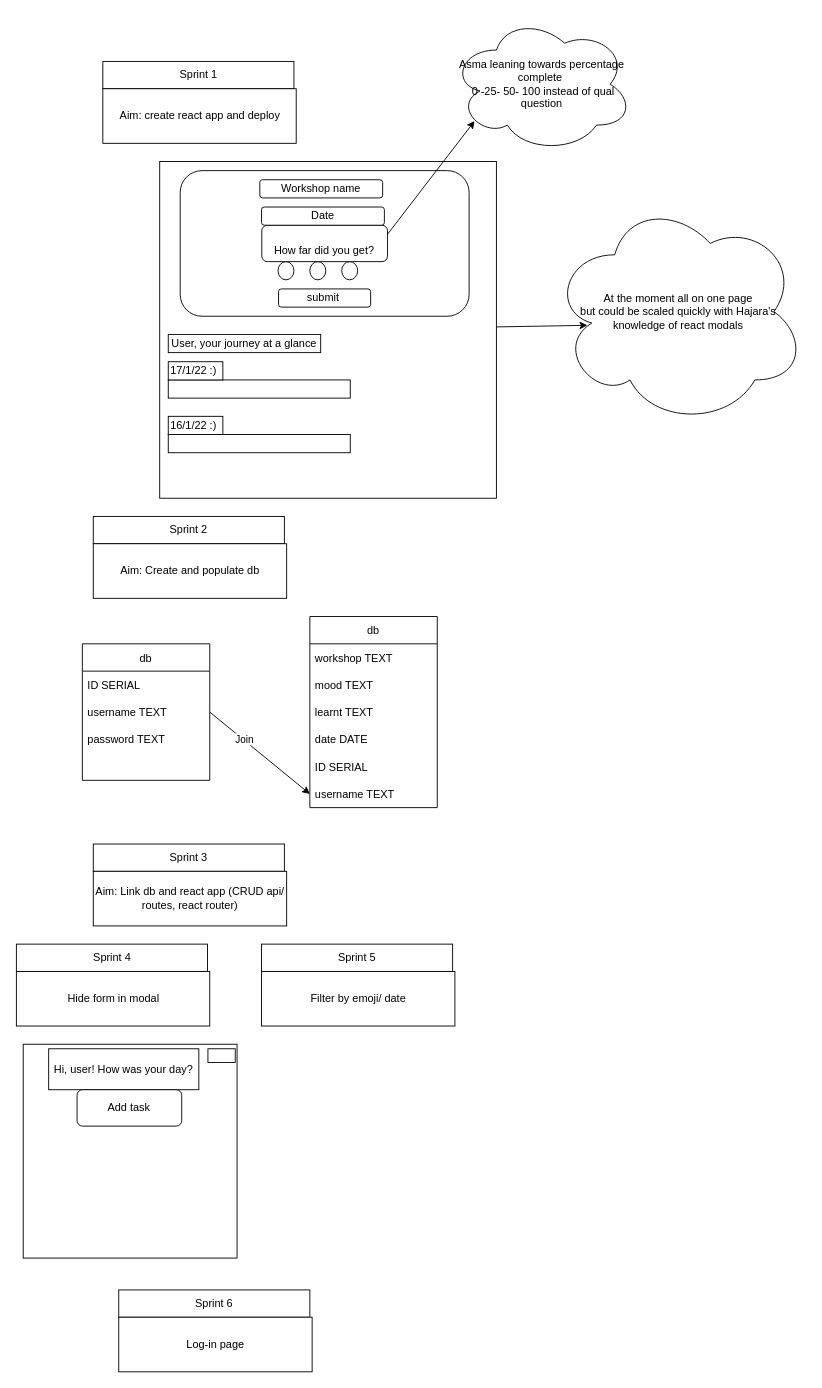
The draw.io diagram Plans/mvp-plan.drawio in Hajara-I/national-project-week-room3_frontend, before the edit. Source tidied: cells renumbered, new cells numbered last; positions are measured from the earlier drawing's top-left corner, leaving out a move shared by most shapes. Both pictures are drawn from the tidied source at 91%, with x=0, y=0 at pixel (15, 15).
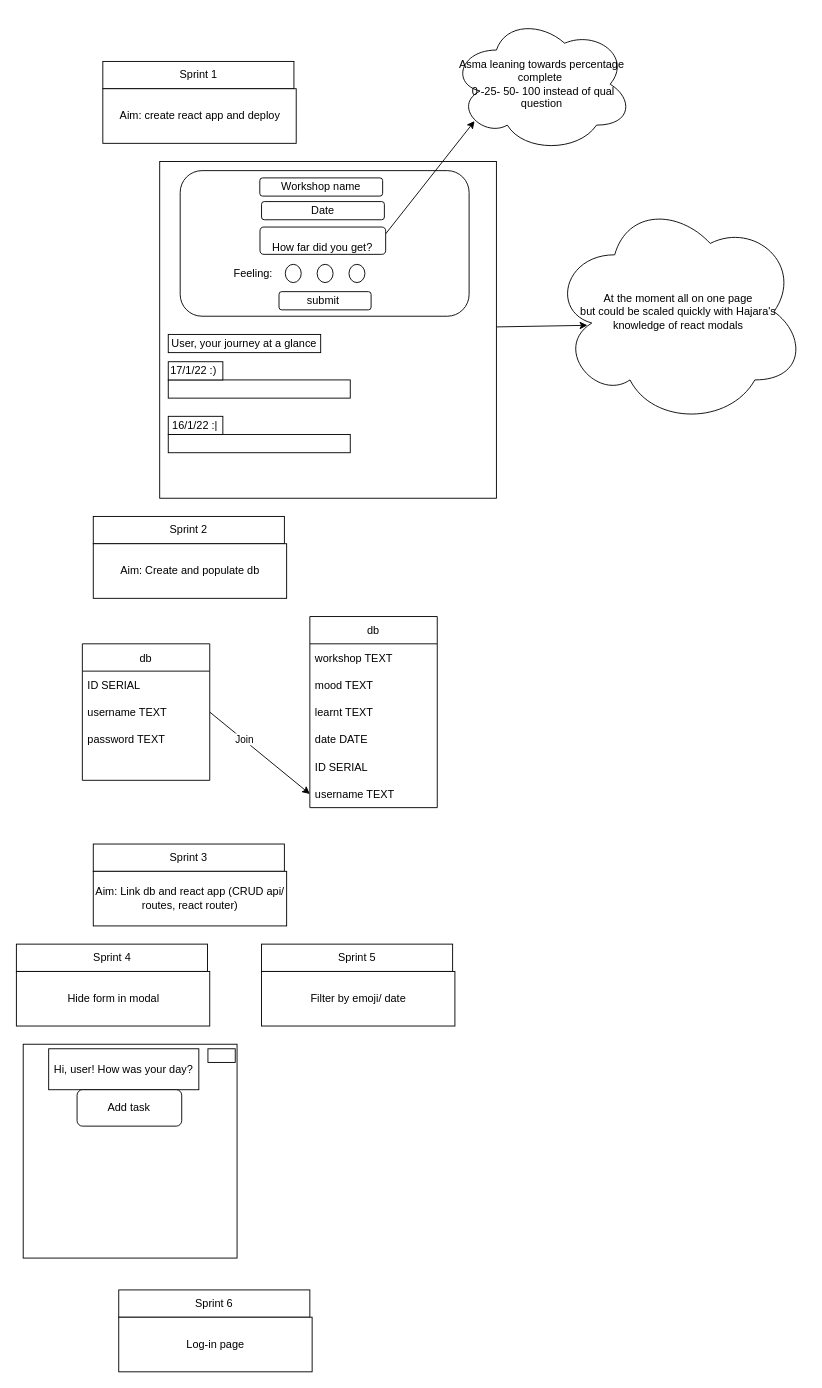
Above is the later version.

Commit message (it also covers changes not shown here):
few changes to main plan

The edit, as a diff of the source:
```diff
@@
     <mxCell id="7" value="Workshop name" style="rounded=1;whiteSpace=wrap;html=1;" parent="1" vertex="1">
-      <mxGeometry x="268" y="180" width="135" height="20" as="geometry" />
+      <mxGeometry x="268" y="178" width="135" height="20" as="geometry" />
     </mxCell>
     <mxCell id="8" style="ellipse;whiteSpace=wrap;html=1;" parent="1" vertex="1">
-      <mxGeometry x="288" y="270" width="17.5" height="20" as="geometry" />
+      <mxGeometry x="296" y="273" width="17.5" height="20" as="geometry" />
     </mxCell>
     <mxCell id="9" style="ellipse;whiteSpace=wrap;html=1;" parent="1" vertex="1">
-      <mxGeometry x="323" y="270" width="17.5" height="20" as="geometry" />
+      <mxGeometry x="331" y="273" width="17.5" height="20" as="geometry" />
     </mxCell>
     <mxCell id="10" value="submit&amp;nbsp;" style="rounded=1;whiteSpace=wrap;html=1;" parent="1" vertex="1">
-      <mxGeometry x="288.6" y="300" width="101.2" height="20" as="geometry" />
+      <mxGeometry x="289.1" y="303" width="101.2" height="20" as="geometry" />
     </mxCell>
     <mxCell id="11" style="ellipse;whiteSpace=wrap;html=1;" parent="1" vertex="1">
-      <mxGeometry x="358" y="270" width="17.5" height="20" as="geometry" />
+      <mxGeometry x="366" y="273" width="17.5" height="20" as="geometry" />
     </mxCell>
@@
-    <mxCell id="17" value="16/1/22 :)&amp;nbsp;" style="rounded=0;whiteSpace=wrap;html=1;" parent="1" vertex="1">
+    <mxCell id="17" value="16/1/22 :|" style="rounded=0;whiteSpace=wrap;html=1;" parent="1" vertex="1">
       <mxGeometry x="167.4" y="440" width="60" height="20" as="geometry" />
     </mxCell>
@@
     <mxCell id="38" value="&lt;br&gt;How far did you get?" style="rounded=1;whiteSpace=wrap;html=1;" parent="1" vertex="1">
-      <mxGeometry x="270.2" y="230" width="138.1" height="40" as="geometry" />
+      <mxGeometry x="268.2" y="232" width="138.1" height="30" as="geometry" />
     </mxCell>
@@
     <mxCell id="48" value="Date" style="rounded=1;whiteSpace=wrap;html=1;" parent="1" vertex="1">
-      <mxGeometry x="269.9" y="210" width="135" height="20" as="geometry" />
+      <mxGeometry x="269.9" y="204" width="135" height="20" as="geometry" />
     </mxCell>
@@
+    <mxCell id="52" value="Feeling:" style="text;html=1;strokeColor=none;fillColor=none;align=center;verticalAlign=middle;whiteSpace=wrap;rounded=0;" parent="1" vertex="1">
+      <mxGeometry x="231" y="268" width="60" height="30" as="geometry" />
+    </mxCell>
```
